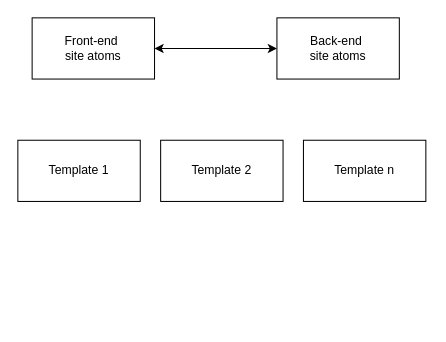
Before: baseArchitecture.drawio in cjour/audit_logistics, a draw.io diagram. Source tidied: cells renumbered, new cells numbered last; positions are measured from the earlier drawing's top-left corner, leaving out a move shared by most shapes. Both pictures are drawn from the tidied source at 102%, with x=0, y=0 at pixel (17, 17).
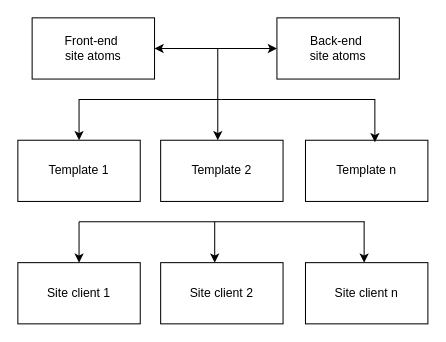
The same diagram, later.

Commit message (it also covers changes not shown here):
Mettre à jour baseArchitecture.drawio

The change refers to these unchanged cells:
```xml
<mxCell id="5" value="Template 1" style="rounded=0;whiteSpace=wrap;html=1;" parent="1" vertex="1">
  <mxGeometry y="120" width="120" height="60" as="geometry" />
</mxCell>
```

Change to the diagram source:
```diff
@@
     <mxCell id="7" value="Template n" style="rounded=0;whiteSpace=wrap;html=1;" parent="1" vertex="1">
-      <mxGeometry x="280" y="120" width="120" height="60" as="geometry" />
+      <mxGeometry x="282" y="120" width="120" height="60" as="geometry" />
     </mxCell>
+    <mxCell id="8" style="endArrow=classic;html=1;rounded=0;entryX=0.5;entryY=0;entryDx=0;entryDy=0;" parent="1" edge="1">
+      <mxGeometry relative="1" as="geometry">
+        <mxPoint x="196" y="30" as="sourcePoint" />
+        <mxPoint x="196" y="120" as="targetPoint" />
+      </mxGeometry>
+    </mxCell>
+    <mxCell id="9" style="endArrow=classic;html=1;rounded=0;entryX=0.567;entryY=0.033;entryDx=0;entryDy=0;entryPerimeter=0;" parent="1" edge="1" target="7">
+      <mxGeometry relative="1" as="geometry">
+        <mxPoint x="200" y="80" as="sourcePoint" />
+        <Array as="points">
+          <mxPoint x="350" y="80" />
+        </Array>
+      </mxGeometry>
+    </mxCell>
+    <mxCell id="10" style="endArrow=classic;html=1;rounded=0;entryX=0.5;entryY=0;entryDx=0;entryDy=0;" parent="1" edge="1" target="5">
+      <mxGeometry relative="1" as="geometry">
+        <mxPoint x="200" y="80" as="sourcePoint" />
+        <Array as="points">
+          <mxPoint x="60" y="80" />
+        </Array>
+      </mxGeometry>
+    </mxCell>
+    <mxCell id="11" style="endArrow=classic;html=1;rounded=0;exitX=0.5;exitY=1;exitDx=0;exitDy=0;" parent="1" edge="1">
+      <mxGeometry relative="1" as="geometry">
+        <mxPoint x="60" y="200" as="sourcePoint" />
+        <mxPoint x="60" y="240" as="targetPoint" />
+      </mxGeometry>
+    </mxCell>
+    <mxCell id="12" style="endArrow=classic;html=1;rounded=0;exitX=0.5;exitY=1;exitDx=0;exitDy=0;" parent="1" edge="1">
+      <mxGeometry relative="1" as="geometry">
+        <mxPoint x="193" y="200" as="sourcePoint" />
+        <mxPoint x="193" y="240" as="targetPoint" />
+      </mxGeometry>
+    </mxCell>
+    <mxCell id="13" style="endArrow=classic;html=1;rounded=0;exitX=0.5;exitY=1;exitDx=0;exitDy=0;" parent="1" edge="1">
+      <mxGeometry relative="1" as="geometry">
+        <mxPoint x="339.5" y="200" as="sourcePoint" />
+        <mxPoint x="339.5" y="240" as="targetPoint" />
+      </mxGeometry>
+    </mxCell>
+    <mxCell id="14" value="Site client 1" style="rounded=0;whiteSpace=wrap;html=1;" parent="1" vertex="1">
+      <mxGeometry y="240" width="120" height="60" as="geometry" />
+    </mxCell>
+    <mxCell id="15" value="Site client 2" style="rounded=0;whiteSpace=wrap;html=1;" parent="1" vertex="1">
+      <mxGeometry x="140" y="240" width="120" height="60" as="geometry" />
+    </mxCell>
+    <mxCell id="16" value="Site client n" style="rounded=0;whiteSpace=wrap;html=1;" parent="1" vertex="1">
+      <mxGeometry x="282" y="240" width="120" height="60" as="geometry" />
+    </mxCell>
+    <mxCell id="17" style="endArrow=none;html=1;rounded=0;" parent="1" edge="1">
+      <mxGeometry relative="1" as="geometry">
+        <mxPoint x="60" y="200" as="sourcePoint" />
+        <mxPoint x="340" y="200" as="targetPoint" />
+      </mxGeometry>
+    </mxCell>
```
